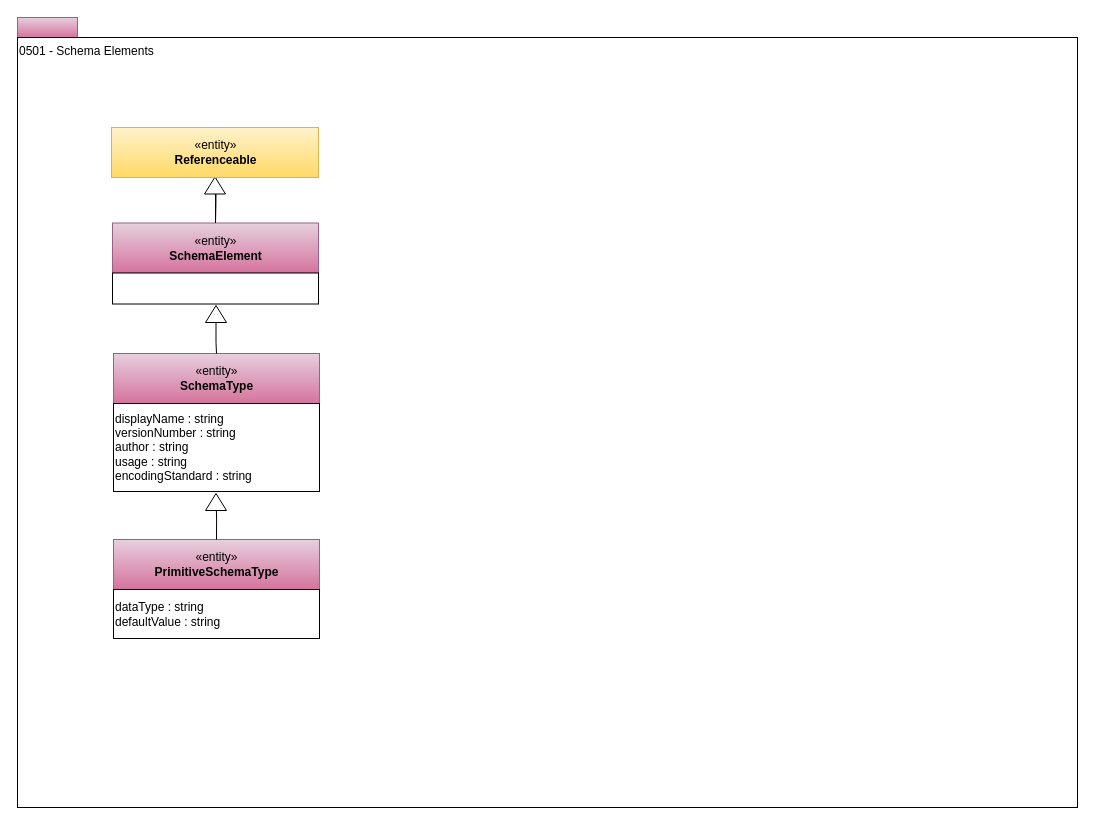
Above: page "0501-Schema-Elements" (2 of 20) of open-metadata-publication/website/open-metadata-types/Area-5-models-and-schema.drawio in planetf1/egeria (draw.io), before the change. Source tidied: cells renumbered, new cells numbered last; positions are measured from the earlier drawing's top-left corner, leaving out a move shared by most shapes. Both pictures are drawn from the tidied source at 100%, with x=0, y=0 at pixel (17, 17).
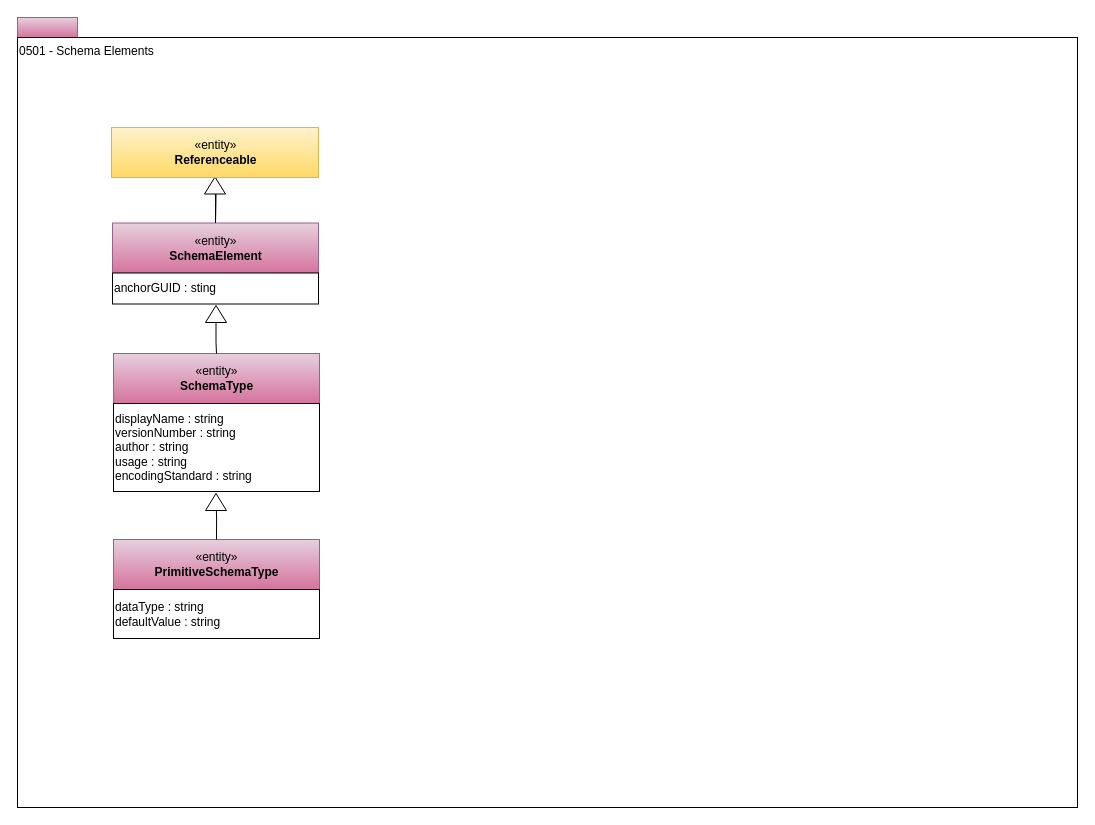
The same diagram, later.

Change to the diagram source:
```diff
@@
 <mxGraphModel>
   <root>
     <mxCell id="0" />
     <mxCell id="1" parent="0" />
     <mxCell id="2" style="rounded=0;whiteSpace=wrap;html=1;align=left;fillColor=#e6d0de;strokeColor=#996185;gradientColor=#d5739d;" parent="1" vertex="1">
       <mxGeometry width="60" height="20" as="geometry" />
     </mxCell>
     <mxCell id="3" value="0501 - Schema Elements" style="rounded=0;whiteSpace=wrap;html=1;align=left;verticalAlign=top;" parent="1" vertex="1">
       <mxGeometry y="20" width="1060" height="770" as="geometry" />
     </mxCell>
     <mxCell id="4" style="edgeStyle=orthogonalEdgeStyle;rounded=0;html=1;endArrow=none;endFill=0;jettySize=auto;" parent="1" edge="1" target="5">
       <mxGeometry relative="1" as="geometry">
         <mxPoint x="198" y="146.5" as="sourcePoint" />
       </mxGeometry>
     </mxCell>
     <mxCell id="5" value="«entity»&lt;br&gt;&lt;b&gt;SchemaElement&lt;/b&gt;" style="html=1;strokeColor=#996185;align=center;fillColor=#e6d0de;gradientColor=#d5739d;" parent="1" vertex="1">
       <mxGeometry x="95" y="205.5" width="206" height="50" as="geometry" />
     </mxCell>
-    <mxCell id="6" style="rounded=0;whiteSpace=wrap;html=1;strokeColor=#000000;gradientColor=#ffffff;align=center;" parent="1" vertex="1">
+    <mxCell id="6" value="anchorGUID : sting" style="rounded=0;whiteSpace=wrap;html=1;strokeColor=#000000;gradientColor=#ffffff;align=left;" parent="1" vertex="1">
       <mxGeometry x="95" y="255.5" width="206" height="31" as="geometry" />
     </mxCell>
     <mxCell id="7" style="edgeStyle=orthogonalEdgeStyle;rounded=0;html=1;endArrow=none;endFill=0;jettySize=auto;" parent="1" edge="1" target="5">
       <mxGeometry relative="1" as="geometry">
         <mxPoint x="197.6" y="163.5" as="sourcePoint" />
       </mxGeometry>
     </mxCell>
     <mxCell id="8" style="triangle;whiteSpace=wrap;html=1;strokeColor=#000000;gradientColor=#ffffff;align=center;rotation=-90;" parent="1" vertex="1">
       <mxGeometry x="189" y="157.5" width="17" height="21" as="geometry" />
     </mxCell>
     <mxCell id="9" value="«entity»&lt;br&gt;&lt;b&gt;Referenceable&lt;/b&gt;" style="html=1;strokeColor=#d6b656;align=center;fillColor=#fff2cc;gradientColor=#ffd966;" parent="1" vertex="1">
       <mxGeometry x="94" y="110" width="207" height="50" as="geometry" />
     </mxCell>
     <mxCell id="10" value="«entity»&lt;br&gt;&lt;b&gt;SchemaType&lt;/b&gt;" style="html=1;strokeColor=#996185;align=center;fillColor=#e6d0de;gradientColor=#d5739d;" parent="1" vertex="1">
       <mxGeometry x="96" y="336" width="206" height="50" as="geometry" />
     </mxCell>
     <mxCell id="11" value="displayName : string&lt;br&gt;versionNumber : string&lt;br&gt;author : string&lt;br&gt;usage : string&lt;br&gt;encodingStandard : string&lt;br&gt;&lt;div style=&quot;text-align: left&quot;&gt;&lt;/div&gt;" style="rounded=0;whiteSpace=wrap;html=1;strokeColor=#000000;gradientColor=#ffffff;align=left;" parent="1" vertex="1">
       <mxGeometry x="96" y="386" width="206" height="88" as="geometry" />
     </mxCell>
     <mxCell id="12" style="edgeStyle=orthogonalEdgeStyle;rounded=0;html=1;endArrow=none;endFill=0;jettySize=auto;exitX=0;exitY=0.5;exitDx=0;exitDy=0;" parent="1" edge="1" source="13" target="10">
       <mxGeometry relative="1" as="geometry" />
     </mxCell>
     <mxCell id="13" style="triangle;whiteSpace=wrap;html=1;strokeColor=#000000;gradientColor=#ffffff;align=center;rotation=-90;" parent="1" vertex="1">
       <mxGeometry x="190" y="286" width="17" height="21" as="geometry" />
     </mxCell>
     <mxCell id="14" value="«entity»&lt;br&gt;&lt;b&gt;PrimitiveSchemaType&lt;/b&gt;" style="html=1;strokeColor=#996185;align=center;fillColor=#e6d0de;gradientColor=#d5739d;" parent="1" vertex="1">
       <mxGeometry x="96" y="522" width="206" height="50" as="geometry" />
     </mxCell>
     <mxCell id="15" value="dataType : string&lt;br&gt;defaultValue : string&lt;br&gt;&lt;div style=&quot;text-align: left&quot;&gt;&lt;/div&gt;" style="rounded=0;whiteSpace=wrap;html=1;strokeColor=#000000;gradientColor=#ffffff;align=left;" parent="1" vertex="1">
       <mxGeometry x="96" y="572" width="206" height="49" as="geometry" />
     </mxCell>
     <mxCell id="16" style="edgeStyle=orthogonalEdgeStyle;rounded=0;html=1;endArrow=none;endFill=0;jettySize=auto;" parent="1" edge="1" target="14">
       <mxGeometry relative="1" as="geometry">
         <mxPoint x="198.6" y="480" as="sourcePoint" />
       </mxGeometry>
     </mxCell>
     <mxCell id="17" style="triangle;whiteSpace=wrap;html=1;strokeColor=#000000;gradientColor=#ffffff;align=center;rotation=-90;" parent="1" vertex="1">
       <mxGeometry x="190" y="474" width="17" height="21" as="geometry" />
     </mxCell>
   </root>
 </mxGraphModel>
```
